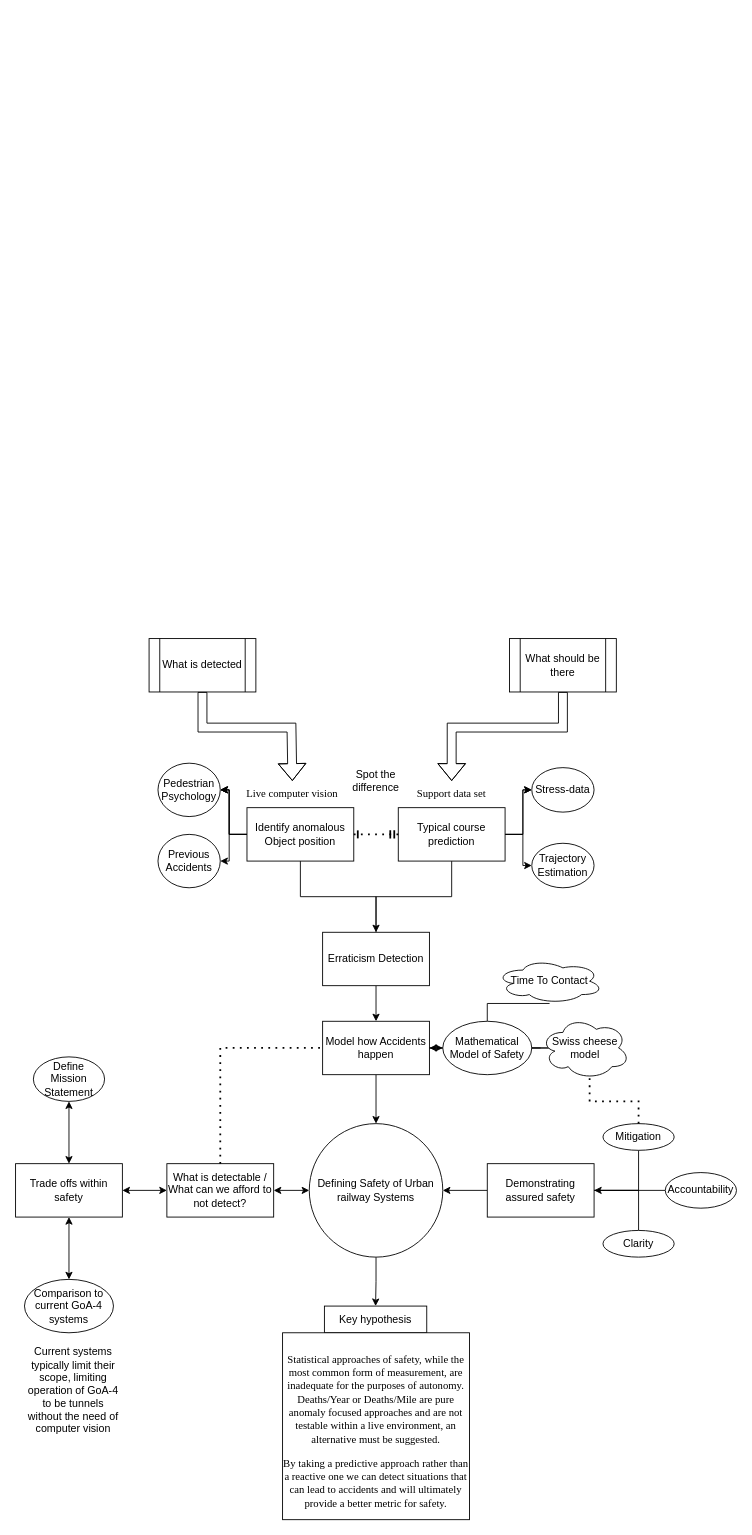
The draw.io diagram Untitled Diagram.drawio in TortoiseFather/SimpleRailwaySim, before the edit. Source tidied: cells renumbered, new cells numbered last; positions are measured from the earlier drawing's top-left corner, leaving out a move shared by most shapes. Both pictures are drawn from the tidied source at 89%, with x=0, y=0 at pixel (15, 638).
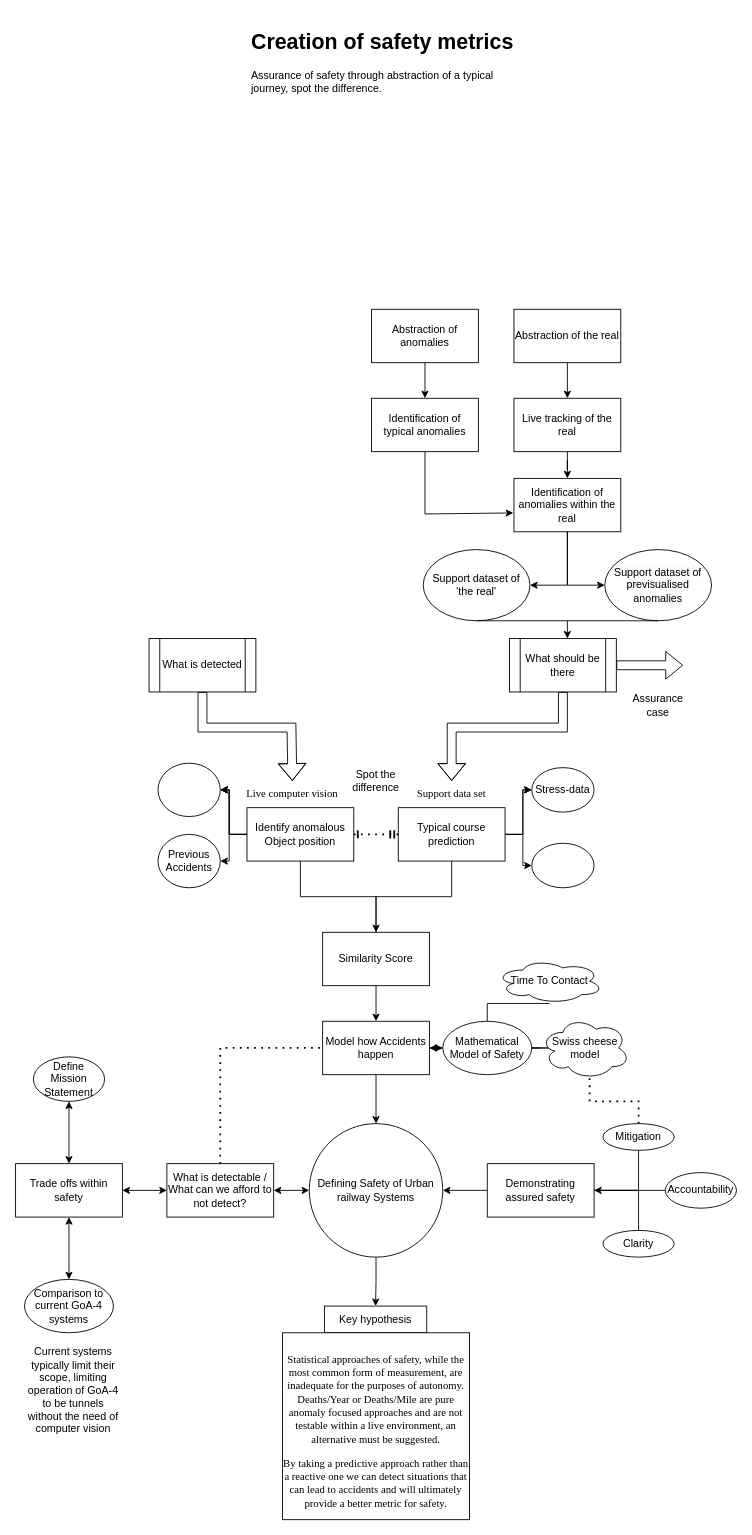
The same page after the edit.

Unchanged cells that the change refers to:
```xml
<mxCell id="55" value="What should be there" style="shape=process;whiteSpace=wrap;html=1;backgroundOutline=1;" parent="1" vertex="1">
  <mxGeometry x="555" width="120" height="60" as="geometry" />
</mxCell>
```

Change to the diagram source:
```diff
@@
-    <mxCell id="12" value="Erraticism Detection" style="whiteSpace=wrap;html=1;" parent="1" vertex="1">
+    <mxCell id="12" value="Similarity Score" style="whiteSpace=wrap;html=1;" parent="1" vertex="1">
       <mxGeometry x="345" y="330" width="120" height="60" as="geometry" />
     </mxCell>
@@
-    <mxCell id="22" value="Pedestrian Psychology" style="ellipse;whiteSpace=wrap;html=1;" parent="1" vertex="1">
+    <mxCell id="22" style="ellipse;whiteSpace=wrap;html=1;" parent="1" vertex="1">
       <mxGeometry x="160" y="140" width="70" height="60" as="geometry" />
     </mxCell>
@@
-    <mxCell id="29" value="Trajectory Estimation" style="ellipse;whiteSpace=wrap;html=1;" parent="1" vertex="1">
+    <mxCell id="29" style="ellipse;whiteSpace=wrap;html=1;" parent="1" vertex="1">
       <mxGeometry x="580" y="230" width="70" height="50" as="geometry" />
     </mxCell>
@@
+    <mxCell id="58" value="&lt;h1&gt;Creation of safety metrics&lt;/h1&gt;&lt;div&gt;Assurance of safety through abstraction of a typical journey, spot the difference.&lt;/div&gt;" style="text;html=1;strokeColor=none;fillColor=none;spacing=5;spacingTop=-20;whiteSpace=wrap;overflow=hidden;rounded=0;" parent="1" vertex="1">
+      <mxGeometry x="260" y="-690" width="310" height="120" as="geometry" />
+    </mxCell>
+    <mxCell id="59" style="edgeStyle=orthogonalEdgeStyle;rounded=0;jettySize=auto;html=1;" parent="1" edge="1" source="60" target="65">
+      <mxGeometry relative="1" as="geometry" />
+    </mxCell>
+    <mxCell id="60" value="Abstraction of anomalies" style="rounded=0;whiteSpace=wrap;html=1;" parent="1" vertex="1">
+      <mxGeometry x="400" y="-370" width="120" height="60" as="geometry" />
+    </mxCell>
+    <mxCell id="61" style="edgeStyle=orthogonalEdgeStyle;rounded=0;jettySize=auto;html=1;" parent="1" edge="1" source="62" target="64">
+      <mxGeometry relative="1" as="geometry" />
+    </mxCell>
+    <mxCell id="62" value="Abstraction of the real" style="rounded=0;whiteSpace=wrap;html=1;" parent="1" vertex="1">
+      <mxGeometry x="560" y="-370" width="120" height="60" as="geometry" />
+    </mxCell>
+    <mxCell id="63" style="edgeStyle=orthogonalEdgeStyle;rounded=0;jettySize=auto;html=1;" parent="1" edge="1" source="64" target="66">
+      <mxGeometry relative="1" as="geometry" />
+    </mxCell>
+    <mxCell id="64" value="Live tracking of the real" style="whiteSpace=wrap;html=1;rounded=0;" parent="1" vertex="1">
+      <mxGeometry x="560" y="-270" width="120" height="60" as="geometry" />
+    </mxCell>
+    <mxCell id="65" value="Identification of typical anomalies" style="whiteSpace=wrap;html=1;rounded=0;" parent="1" vertex="1">
+      <mxGeometry x="400" y="-270" width="120" height="60" as="geometry" />
+    </mxCell>
+    <mxCell id="66" value="Identification of anomalies within the real" style="rounded=0;whiteSpace=wrap;html=1;" parent="1" vertex="1">
+      <mxGeometry x="560" y="-180" width="120" height="60" as="geometry" />
+    </mxCell>
+    <mxCell id="67" style="endArrow=classic;html=1;rounded=0;exitX=0.5;exitY=1;exitDx=0;exitDy=0;entryX=-0.006;entryY=0.647;entryDx=0;entryDy=0;entryPerimeter=0;" parent="1" edge="1" source="65" target="66">
+      <mxGeometry relative="1" as="geometry">
+        <Array as="points">
+          <mxPoint x="460" y="-140" />
+        </Array>
+      </mxGeometry>
+    </mxCell>
+    <mxCell id="68" value="&lt;span style=&quot;color: rgb(0, 0, 0); font-family: Helvetica; font-size: 12px; font-style: normal; font-variant-ligatures: normal; font-variant-caps: normal; font-weight: 400; letter-spacing: normal; orphans: 2; text-align: center; text-indent: 0px; text-transform: none; widows: 2; word-spacing: 0px; -webkit-text-stroke-width: 0px; background-color: rgb(251, 251, 251); text-decoration-thickness: initial; text-decoration-style: initial; text-decoration-color: initial; float: none; display: inline !important;&quot;&gt;Support dataset of previsualised anomalies&lt;/span&gt;" style="ellipse;whiteSpace=wrap;html=1;" parent="1" vertex="1">
+      <mxGeometry x="662" y="-100" width="120" height="80" as="geometry" />
+    </mxCell>
+    <mxCell id="69" value="&lt;span style=&quot;color: rgb(0, 0, 0); font-family: Helvetica; font-size: 12px; font-style: normal; font-variant-ligatures: normal; font-variant-caps: normal; font-weight: 400; letter-spacing: normal; orphans: 2; text-align: center; text-indent: 0px; text-transform: none; widows: 2; word-spacing: 0px; -webkit-text-stroke-width: 0px; background-color: rgb(251, 251, 251); text-decoration-thickness: initial; text-decoration-style: initial; text-decoration-color: initial; float: none; display: inline !important;&quot;&gt;Support dataset of 'the real'&lt;/span&gt;" style="ellipse;whiteSpace=wrap;html=1;" parent="1" vertex="1">
+      <mxGeometry x="458" y="-100" width="120" height="80" as="geometry" />
+    </mxCell>
+    <mxCell id="70" style="endArrow=classic;html=1;rounded=0;exitX=0.5;exitY=1;exitDx=0;exitDy=0;entryX=1;entryY=0.5;entryDx=0;entryDy=0;" parent="1" edge="1" source="66" target="69">
+      <mxGeometry relative="1" as="geometry">
+        <Array as="points">
+          <mxPoint x="620" y="-60" />
+        </Array>
+      </mxGeometry>
+    </mxCell>
+    <mxCell id="71" style="endArrow=classic;html=1;rounded=0;exitX=0.5;exitY=1;exitDx=0;exitDy=0;entryX=0;entryY=0.5;entryDx=0;entryDy=0;" parent="1" edge="1" source="66" target="68">
+      <mxGeometry relative="1" as="geometry">
+        <Array as="points">
+          <mxPoint x="620" y="-60" />
+        </Array>
+      </mxGeometry>
+    </mxCell>
+    <mxCell id="72" style="endArrow=classic;html=1;rounded=0;exitX=0.5;exitY=1;exitDx=0;exitDy=0;" parent="1" edge="1" source="68">
+      <mxGeometry relative="1" as="geometry">
+        <mxPoint x="620" as="targetPoint" />
+        <Array as="points">
+          <mxPoint x="620" y="-20" />
+        </Array>
+      </mxGeometry>
+    </mxCell>
+    <mxCell id="73" style="endArrow=none;html=1;rounded=0;entryX=0.5;entryY=1;entryDx=0;entryDy=0;" parent="1" edge="1" target="69">
+      <mxGeometry relative="1" as="geometry">
+        <mxPoint x="620" y="-20" as="sourcePoint" />
+      </mxGeometry>
+    </mxCell>
+    <mxCell id="74" style="shape=flexArrow;endArrow=classic;html=1;rounded=0;exitX=1;exitY=0.5;exitDx=0;exitDy=0;" parent="1" edge="1" source="55">
+      <mxGeometry relative="1" as="geometry">
+        <mxPoint x="750" y="30" as="targetPoint" />
+      </mxGeometry>
+    </mxCell>
+    <mxCell id="75" value="Assurance case" style="text;html=1;strokeColor=none;fillColor=none;align=center;verticalAlign=middle;whiteSpace=wrap;rounded=0;" parent="1" vertex="1">
+      <mxGeometry x="692" y="60" width="60" height="30" as="geometry" />
+    </mxCell>
```
